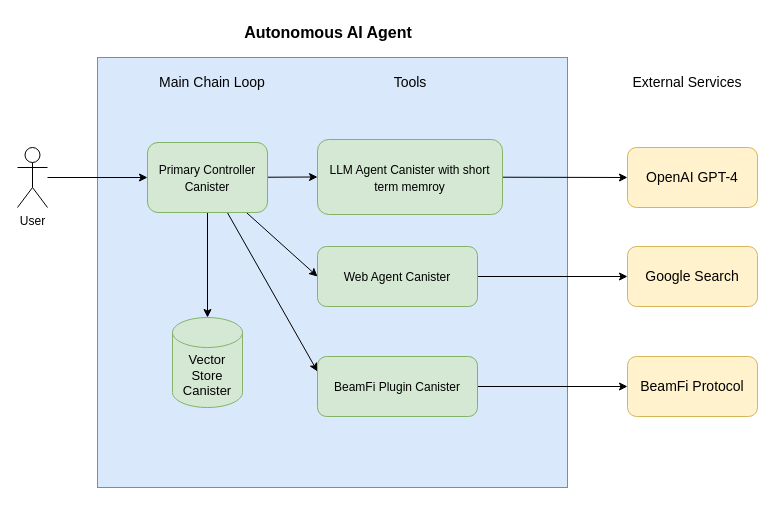
The draw.io diagram diagram/architecture.drawio in arcmindai/arcmindai, before the edit. Source tidied: cells renumbered, new cells numbered last; positions are measured from the earlier drawing's top-left corner, leaving out a move shared by most shapes. Both pictures are drawn from the tidied source at 100%, with x=0, y=0 at pixel (17, 17).
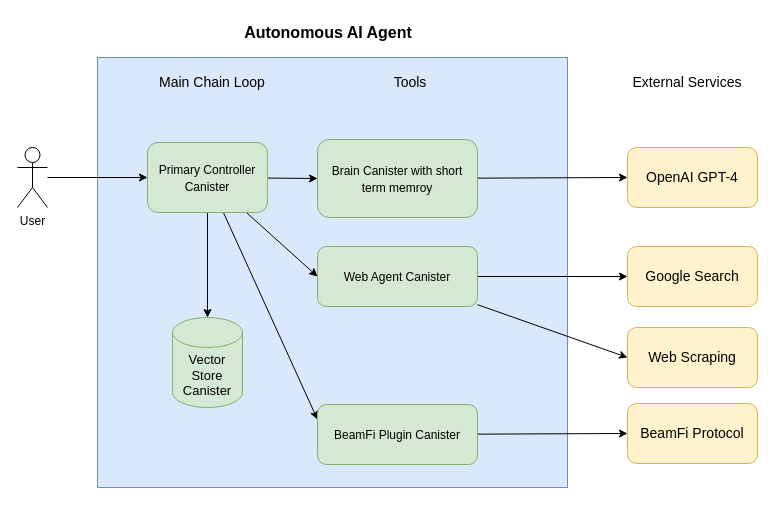
Above is the later version.

Commit message (it also covers changes not shown here):
doc: update diagram, add Good Questions for test

Unchanged cells that the change refers to:
```xml
<mxCell id="15" value="&lt;span style=&quot;font-size: 12px;&quot;&gt;Web Agent Canister&lt;/span&gt;" style="rounded=1;whiteSpace=wrap;html=1;fontSize=14;fillColor=#d5e8d4;strokeColor=#82b366;" parent="1" vertex="1">
  <mxGeometry x="300" y="229" width="160" height="60" as="geometry" />
</mxCell>
```

What changed in the source:
```diff
@@
-    <mxCell id="12" value="&lt;span style=&quot;font-size: 12px;&quot;&gt;LLM Agent Canister with short term memroy&lt;/span&gt;" style="rounded=1;whiteSpace=wrap;html=1;fontSize=14;fillColor=#d5e8d4;strokeColor=#82b366;spacingLeft=2;spacingRight=2;" parent="1" vertex="1">
-      <mxGeometry x="300" y="122" width="185" height="75" as="geometry" />
+    <mxCell id="12" value="&lt;span style=&quot;font-size: 12px;&quot;&gt;Brain Canister with short term memroy&lt;/span&gt;" style="rounded=1;whiteSpace=wrap;html=1;fontSize=14;fillColor=#d5e8d4;strokeColor=#82b366;spacingLeft=2;spacingRight=2;" parent="1" vertex="1">
+      <mxGeometry x="300" y="122" width="160" height="78" as="geometry" />
     </mxCell>
@@
+    <mxCell id="24" style="edgeStyle=none;html=1;entryX=0;entryY=0.5;entryDx=0;entryDy=0;" parent="1" edge="1" source="15" target="25">
+      <mxGeometry relative="1" as="geometry" />
+    </mxCell>
@@
     <mxCell id="17" value="&lt;span style=&quot;font-size: 14px;&quot;&gt;BeamFi Protocol&lt;/span&gt;" style="rounded=1;whiteSpace=wrap;html=1;fontSize=14;fillColor=#fff2cc;strokeColor=#d6b656;" parent="1" vertex="1">
-      <mxGeometry x="610" y="339" width="130" height="60" as="geometry" />
+      <mxGeometry x="610" y="386" width="130" height="60" as="geometry" />
     </mxCell>
@@
     <mxCell id="19" value="&lt;span style=&quot;font-size: 12px;&quot;&gt;BeamFi Plugin Canister&lt;/span&gt;" style="rounded=1;whiteSpace=wrap;html=1;fontSize=14;fillColor=#d5e8d4;strokeColor=#82b366;" parent="1" vertex="1">
-      <mxGeometry x="300" y="339" width="160" height="60" as="geometry" />
+      <mxGeometry x="300" y="387" width="160" height="60" as="geometry" />
     </mxCell>
@@
+    <mxCell id="25" value="Web Scraping" style="rounded=1;whiteSpace=wrap;html=1;fontSize=14;fillColor=#fff2cc;strokeColor=#d6b656;" parent="1" vertex="1">
+      <mxGeometry x="610" y="310" width="130" height="60" as="geometry" />
+    </mxCell>
```
